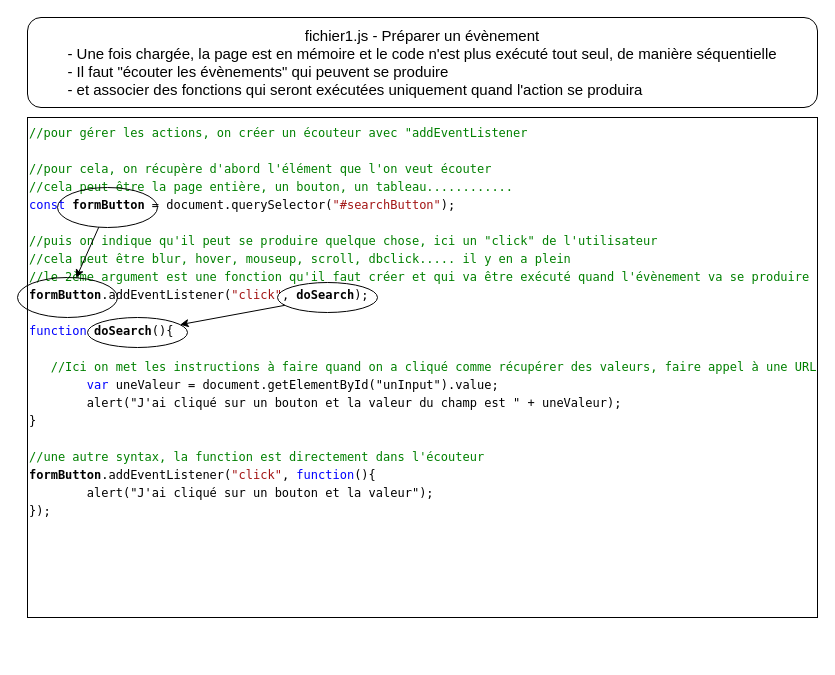
Before: page "Les évènements" (4 of 10) of docs/sources/mockup.drawio in cyanel-it/tp-webdev-front, a draw.io diagram. Source tidied: cells renumbered, new cells numbered last; positions are measured from the earlier drawing's top-left corner, leaving out a move shared by most shapes. Both pictures are drawn from the tidied source at 100%, with x=0, y=0 at pixel (17, 17).
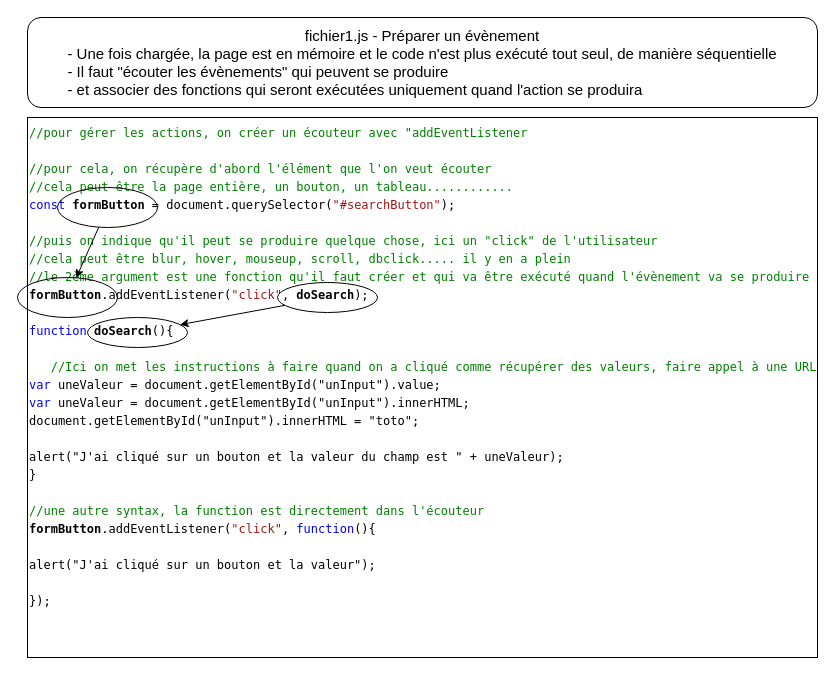
The same diagram, later.

Change to the diagram source:
```diff
@@
 <mxGraphModel>
   <root>
     <mxCell id="0" />
     <mxCell id="1" parent="0" />
-    <mxCell id="2" value="&lt;div style=&quot;background-color: rgb(255 , 255 , 255) ; font-family: &amp;#34;menlo&amp;#34; , &amp;#34;monaco&amp;#34; , &amp;#34;courier new&amp;#34; , monospace ; font-size: 12px ; line-height: 18px&quot;&gt;&lt;div&gt;&lt;span style=&quot;color: rgb(0 , 128 , 0)&quot;&gt;//pour gérer les actions, on créer un écouteur avec &quot;addEventListener&lt;/span&gt;&lt;br&gt;&lt;/div&gt;&lt;div&gt;&lt;br&gt;&lt;/div&gt;&lt;div&gt;&lt;span style=&quot;color: rgb(0 , 128 , 0)&quot;&gt;//pour cela, on récupère d'abord l'élément que l'on veut écouter&lt;/span&gt;&lt;br&gt;&lt;/div&gt;&lt;div&gt;&lt;span style=&quot;color: rgb(0 , 128 , 0)&quot;&gt;//cela peut être la page entière, un bouton, un tableau............&lt;/span&gt;&lt;/div&gt;&lt;div&gt;&lt;div style=&quot;font-family: &amp;#34;menlo&amp;#34; , &amp;#34;monaco&amp;#34; , &amp;#34;courier new&amp;#34; , monospace ; line-height: 18px&quot;&gt;&lt;div style=&quot;font-family: &amp;#34;menlo&amp;#34; , &amp;#34;monaco&amp;#34; , &amp;#34;courier new&amp;#34; , monospace ; line-height: 18px&quot;&gt;&lt;div&gt;&lt;span style=&quot;color: #0000ff&quot;&gt;const&lt;/span&gt; &lt;b&gt;formButton&lt;/b&gt; = document.querySelector(&lt;span style=&quot;color: #a31515&quot;&gt;&quot;#searchButton&quot;&lt;/span&gt;);&lt;/div&gt;&lt;div&gt;&lt;br&gt;&lt;/div&gt;&lt;div&gt;&lt;span style=&quot;color: rgb(0 , 128 , 0)&quot;&gt;//puis on indique qu'il peut se produire quelque chose, ici un &quot;click&quot; de l'utilisateur&lt;/span&gt;&lt;br&gt;&lt;/div&gt;&lt;div&gt;&lt;span style=&quot;color: rgb(0 , 128 , 0)&quot;&gt;//cela peut être blur, hover, mouseup, scroll, dbclick..... il y en a plein&lt;/span&gt;&lt;span style=&quot;color: rgb(0 , 128 , 0)&quot;&gt;&lt;br&gt;&lt;/span&gt;&lt;/div&gt;&lt;div&gt;&lt;span style=&quot;color: rgb(0 , 128 , 0)&quot;&gt;//le 2ème argument est une fonction qu'il faut créer et qui va être exécuté quand l'évènement va se produire&lt;/span&gt;&lt;/div&gt;&lt;div&gt;&lt;b&gt;formButton&lt;/b&gt;.addEventListener(&lt;span style=&quot;color: #a31515&quot;&gt;&quot;click&quot;&lt;/span&gt;, &lt;b&gt;doSearch&lt;/b&gt;);&lt;/div&gt;&lt;div&gt;&lt;br&gt;&lt;/div&gt;&lt;div&gt;&lt;span style=&quot;color: rgb(0 , 0 , 255)&quot;&gt;function&amp;nbsp;&lt;/span&gt;&lt;b&gt;doSearch&lt;/b&gt;(){&lt;/div&gt;&lt;div&gt;&lt;br&gt;&lt;/div&gt;&lt;div&gt;&lt;span style=&quot;color: rgb(0 , 128 , 0)&quot;&gt;&amp;nbsp; &amp;nbsp;//Ici on met les instructions à faire quand on a cliqué comme récupérer des valeurs, faire appel à une URL&lt;/span&gt;&lt;br&gt;&lt;/div&gt;&lt;div&gt;&lt;span style=&quot;color: rgb(0 , 0 , 255)&quot;&gt;&lt;span&gt;&#9;&lt;/span&gt;&lt;span&gt;&#9;&lt;/span&gt;&lt;span&gt;&#9;&lt;/span&gt;&lt;span&gt;&#9;&lt;/span&gt;&lt;span style=&quot;white-space: pre&quot;&gt;&#9;&lt;/span&gt;var&amp;nbsp;&lt;/span&gt;uneValeur&amp;nbsp;= document.getElementById(&quot;unInput&quot;).value;&lt;br&gt;&lt;/div&gt;&lt;div&gt;&lt;span&gt;&#9;&lt;/span&gt;&lt;span&gt;&#9;&lt;/span&gt;&lt;span&gt;&#9;&lt;/span&gt;&lt;span&gt;&#9;&lt;/span&gt;&lt;span&gt;&#9;&lt;/span&gt;&lt;span&gt;&#9;&lt;/span&gt;&lt;span style=&quot;white-space: pre&quot;&gt;&#9;&lt;/span&gt;alert(&quot;J'ai cliqué sur un bouton et la valeur du champ est &quot; + uneValeur);&lt;/div&gt;&lt;div&gt;&lt;span&gt;&#9;&lt;/span&gt;&lt;span style=&quot;color: rgb(0 , 0 , 255)&quot;&gt;&lt;span&gt;&#9;&lt;/span&gt;&lt;/span&gt;&lt;/div&gt;&lt;div&gt;}&lt;br&gt;&lt;/div&gt;&lt;div&gt;&lt;br&gt;&lt;/div&gt;&lt;div&gt;&lt;span style=&quot;color: rgb(0 , 128 , 0)&quot;&gt;//une autre syntax, la function est directement dans l'écouteur&lt;/span&gt;&lt;br&gt;&lt;/div&gt;&lt;div&gt;&lt;b&gt;formButton&lt;/b&gt;.addEventListener(&lt;span style=&quot;color: rgb(163 , 21 , 21)&quot;&gt;&quot;click&quot;&lt;/span&gt;,&amp;nbsp;&lt;span style=&quot;color: rgb(0 , 0 , 255)&quot;&gt;function&lt;/span&gt;(){&lt;/div&gt;&lt;div&gt;&lt;span style=&quot;white-space: pre&quot;&gt;&#9;&lt;/span&gt;alert(&quot;J'ai cliqué sur un bouton et la valeur&quot;);&lt;br&gt;&lt;/div&gt;&lt;div&gt;});&lt;/div&gt;&lt;div&gt;&lt;br&gt;&lt;/div&gt;&lt;div&gt;&lt;br&gt;&lt;/div&gt;&lt;/div&gt;&lt;/div&gt;&lt;/div&gt;&lt;/div&gt;" style="rounded=0;whiteSpace=wrap;html=1;fontSize=15;align=left;verticalAlign=top;" parent="1" vertex="1">
-      <mxGeometry x="10" y="100" width="790" height="500" as="geometry" />
+    <mxCell id="2" value="&lt;div style=&quot;background-color: rgb(255 , 255 , 255) ; font-family: &amp;#34;menlo&amp;#34; , &amp;#34;monaco&amp;#34; , &amp;#34;courier new&amp;#34; , monospace ; font-size: 12px ; line-height: 18px&quot;&gt;&lt;div&gt;&lt;span style=&quot;color: rgb(0 , 128 , 0)&quot;&gt;//pour gérer les actions, on créer un écouteur avec &quot;addEventListener&lt;/span&gt;&lt;br&gt;&lt;/div&gt;&lt;div&gt;&lt;br&gt;&lt;/div&gt;&lt;div&gt;&lt;span style=&quot;color: rgb(0 , 128 , 0)&quot;&gt;//pour cela, on récupère d'abord l'élément que l'on veut écouter&lt;/span&gt;&lt;br&gt;&lt;/div&gt;&lt;div&gt;&lt;span style=&quot;color: rgb(0 , 128 , 0)&quot;&gt;//cela peut être la page entière, un bouton, un tableau............&lt;/span&gt;&lt;/div&gt;&lt;div&gt;&lt;div style=&quot;font-family: &amp;#34;menlo&amp;#34; , &amp;#34;monaco&amp;#34; , &amp;#34;courier new&amp;#34; , monospace ; line-height: 18px&quot;&gt;&lt;div style=&quot;font-family: &amp;#34;menlo&amp;#34; , &amp;#34;monaco&amp;#34; , &amp;#34;courier new&amp;#34; , monospace ; line-height: 18px&quot;&gt;&lt;div&gt;&lt;span style=&quot;color: #0000ff&quot;&gt;const&lt;/span&gt; &lt;b&gt;formButton&lt;/b&gt; = document.querySelector(&lt;span style=&quot;color: #a31515&quot;&gt;&quot;#searchButton&quot;&lt;/span&gt;);&lt;/div&gt;&lt;div&gt;&lt;br&gt;&lt;/div&gt;&lt;div&gt;&lt;span style=&quot;color: rgb(0 , 128 , 0)&quot;&gt;//puis on indique qu'il peut se produire quelque chose, ici un &quot;click&quot; de l'utilisateur&lt;/span&gt;&lt;br&gt;&lt;/div&gt;&lt;div&gt;&lt;span style=&quot;color: rgb(0 , 128 , 0)&quot;&gt;//cela peut être blur, hover, mouseup, scroll, dbclick..... il y en a plein&lt;/span&gt;&lt;span style=&quot;color: rgb(0 , 128 , 0)&quot;&gt;&lt;br&gt;&lt;/span&gt;&lt;/div&gt;&lt;div&gt;&lt;span style=&quot;color: rgb(0 , 128 , 0)&quot;&gt;//le 2ème argument est une fonction qu'il faut créer et qui va être exécuté quand l'évènement va se produire&lt;/span&gt;&lt;/div&gt;&lt;div&gt;&lt;b&gt;formButton&lt;/b&gt;.addEventListener(&lt;span style=&quot;color: #a31515&quot;&gt;&quot;click&quot;&lt;/span&gt;, &lt;b&gt;doSearch&lt;/b&gt;);&lt;/div&gt;&lt;div&gt;&lt;br&gt;&lt;/div&gt;&lt;div&gt;&lt;span style=&quot;color: rgb(0 , 0 , 255)&quot;&gt;function&amp;nbsp;&lt;/span&gt;&lt;b&gt;doSearch&lt;/b&gt;(){&lt;/div&gt;&lt;div&gt;&lt;br&gt;&lt;/div&gt;&lt;div&gt;&lt;span style=&quot;color: rgb(0 , 128 , 0)&quot;&gt;&amp;nbsp; &amp;nbsp;//Ici on met les instructions à faire quand on a cliqué comme récupérer des valeurs, faire appel à une URL&lt;/span&gt;&lt;br&gt;&lt;/div&gt;&lt;div&gt;&lt;span style=&quot;color: rgb(0 , 0 , 255)&quot;&gt;&lt;span&gt;&#9;&lt;/span&gt;&lt;span&gt;&#9;&lt;/span&gt;&lt;span&gt;&#9;&lt;/span&gt;&lt;span&gt;&#9;&lt;/span&gt;&lt;span&gt;&#9;&lt;/span&gt;var&amp;nbsp;&lt;/span&gt;uneValeur&amp;nbsp;= document.getElementById(&quot;unInput&quot;).value;&lt;br&gt;&lt;/div&gt;&lt;div&gt;&lt;span style=&quot;color: rgb(0 , 0 , 255)&quot;&gt;&lt;span&gt;&#9;&lt;/span&gt;var&amp;nbsp;&lt;/span&gt;uneValeur&amp;nbsp;= document.getElementById(&quot;unInput&quot;).innerHTML;&lt;br&gt;&lt;/div&gt;&lt;div&gt;document.getElementById(&quot;unInput&quot;).innerHTML = &quot;toto&quot;;&lt;br&gt;&lt;/div&gt;&lt;div&gt;&lt;br&gt;&lt;/div&gt;&lt;div&gt;&lt;span&gt;&#9;&lt;/span&gt;&lt;span&gt;&#9;&lt;/span&gt;&lt;span&gt;&#9;&lt;/span&gt;&lt;span&gt;&#9;&lt;/span&gt;&lt;span&gt;&#9;&lt;/span&gt;&lt;span&gt;&#9;&lt;/span&gt;&lt;span&gt;&#9;&lt;/span&gt;alert(&quot;J'ai cliqué sur un bouton et la valeur du champ est &quot; + uneValeur);&lt;/div&gt;&lt;div&gt;&lt;span&gt;&#9;&lt;/span&gt;&lt;span style=&quot;color: rgb(0 , 0 , 255)&quot;&gt;&lt;span&gt;&#9;&lt;/span&gt;&lt;/span&gt;&lt;/div&gt;&lt;div&gt;}&lt;br&gt;&lt;/div&gt;&lt;div&gt;&lt;br&gt;&lt;/div&gt;&lt;div&gt;&lt;span style=&quot;color: rgb(0 , 128 , 0)&quot;&gt;//une autre syntax, la function est directement dans l'écouteur&lt;/span&gt;&lt;br&gt;&lt;/div&gt;&lt;div&gt;&lt;b&gt;formButton&lt;/b&gt;.addEventListener(&lt;span style=&quot;color: rgb(163 , 21 , 21)&quot;&gt;&quot;click&quot;&lt;/span&gt;,&amp;nbsp;&lt;span style=&quot;color: rgb(0 , 0 , 255)&quot;&gt;function&lt;/span&gt;(){&lt;/div&gt;&lt;div&gt;&lt;br&gt;&lt;/div&gt;&lt;div&gt;&lt;span&gt;&#9;&lt;/span&gt;alert(&quot;J'ai cliqué sur un bouton et la valeur&quot;);&lt;br&gt;&lt;/div&gt;&lt;div&gt;&lt;br&gt;&lt;/div&gt;&lt;div&gt;});&lt;/div&gt;&lt;div&gt;&lt;br&gt;&lt;/div&gt;&lt;div&gt;&lt;br&gt;&lt;/div&gt;&lt;/div&gt;&lt;/div&gt;&lt;/div&gt;&lt;/div&gt;" style="rounded=0;whiteSpace=wrap;html=1;fontSize=15;align=left;verticalAlign=top;" parent="1" vertex="1">
+      <mxGeometry x="10" y="100" width="790" height="540" as="geometry" />
     </mxCell>
     <mxCell id="3" value="&lt;div&gt;&lt;span&gt;fichier1.js - Préparer un évènement&lt;/span&gt;&lt;/div&gt;&lt;div style=&quot;text-align: left&quot;&gt;&lt;span&gt;- Une fois chargée, la page est en mémoire et le code n'est plus exécuté tout seul, de manière séquentielle&lt;/span&gt;&lt;/div&gt;&lt;div style=&quot;text-align: left&quot;&gt;&lt;span&gt;- Il faut &quot;écouter les évènements&quot; qui peuvent se produire&lt;/span&gt;&lt;/div&gt;&lt;div style=&quot;text-align: left&quot;&gt;&lt;span&gt;- et associer des fonctions qui seront exécutées uniquement quand l'action se produira&lt;/span&gt;&lt;/div&gt;" style="rounded=1;whiteSpace=wrap;html=1;fontSize=15;align=center;" parent="1" vertex="1">
       <mxGeometry x="10" width="790" height="90" as="geometry" />
     </mxCell>
     <mxCell id="4" style="rounded=0;jettySize=auto;html=1;fontSize=15;" parent="1" edge="1" source="5" target="6">
       <mxGeometry relative="1" as="geometry" />
     </mxCell>
     <mxCell id="5" style="ellipse;whiteSpace=wrap;html=1;fontSize=15;fillColor=none;" parent="1" vertex="1">
       <mxGeometry x="40" y="170" width="100" height="40" as="geometry" />
     </mxCell>
     <mxCell id="6" style="ellipse;whiteSpace=wrap;html=1;fontSize=15;fillColor=none;" parent="1" vertex="1">
       <mxGeometry y="260" width="100" height="40" as="geometry" />
     </mxCell>
     <mxCell id="7" style="edgeStyle=none;rounded=0;jettySize=auto;html=1;fontSize=15;" parent="1" edge="1" source="8" target="9">
       <mxGeometry relative="1" as="geometry" />
     </mxCell>
     <mxCell id="8" style="ellipse;whiteSpace=wrap;html=1;fontSize=15;fillColor=none;" parent="1" vertex="1">
       <mxGeometry x="260" y="265" width="100" height="30" as="geometry" />
     </mxCell>
     <mxCell id="9" style="ellipse;whiteSpace=wrap;html=1;fontSize=15;fillColor=none;" parent="1" vertex="1">
       <mxGeometry x="70" y="300" width="100" height="30" as="geometry" />
     </mxCell>
   </root>
 </mxGraphModel>
```
